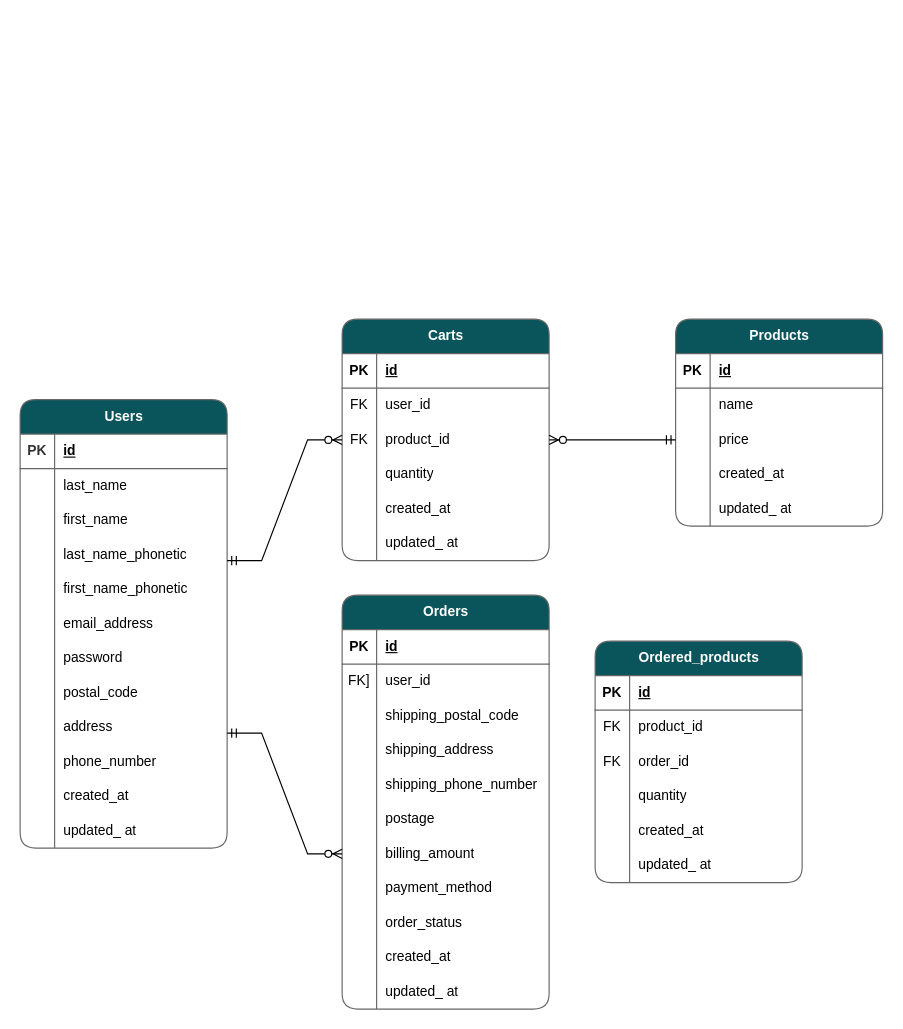
The draw.io diagram Web_Project_ER図.drawio in shirohacha/Web_Project, before the edit. Source tidied: cells renumbered, new cells numbered last; positions are measured from the earlier drawing's top-left corner, leaving out a move shared by most shapes. Both pictures are drawn from the tidied source at 115%, with x=0, y=0 at pixel (20, 319).
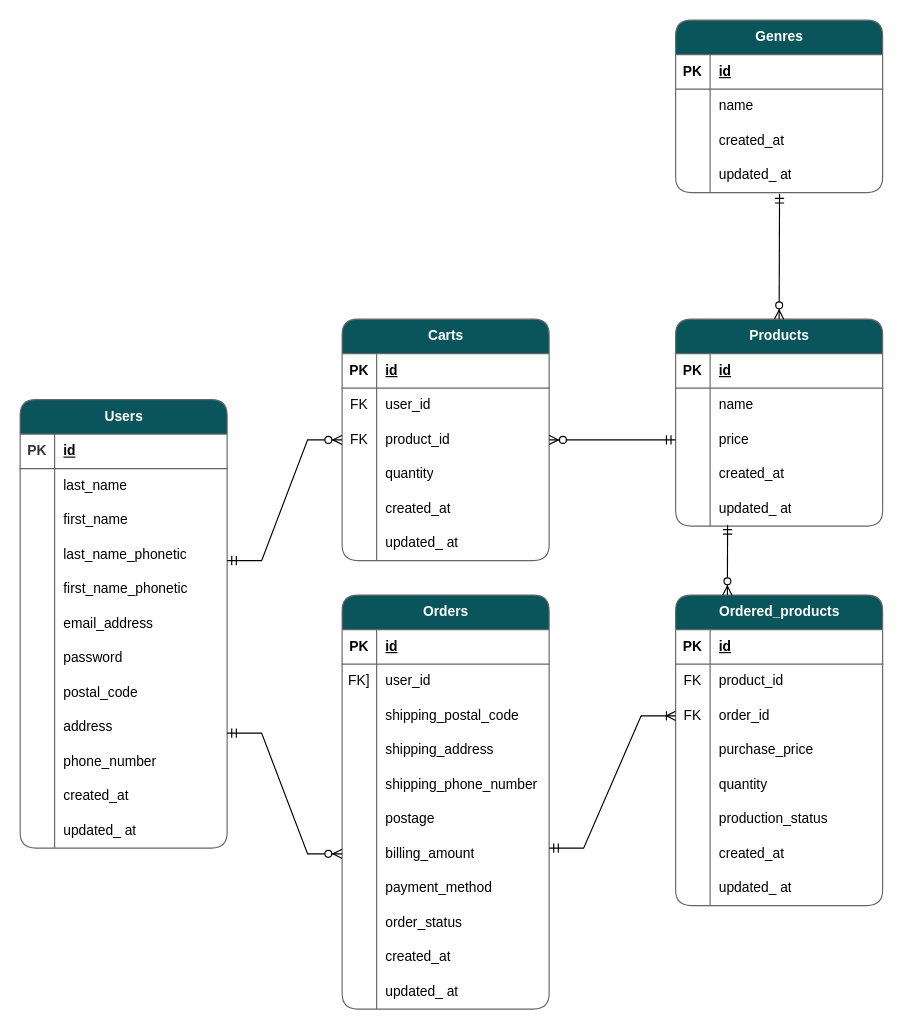
Above is the later version.

Commit message (it also covers changes not shown here):
Web_Project_ER図.drawio を更新します

The change refers to these unchanged cells:
```xml
<mxCell id="39" value="Products" style="shape=table;startSize=30;childLayout=tableLayout;rowLines=0;fontStyle=1;align=center;html=1;rounded=1;swimlaneFillColor=#FFFFFF;labelBackgroundColor=none;fillColor=#09555B;strokeColor=#666666;fontColor=#FFFFFF;" parent="1" vertex="1">
  <mxGeometry x="570" width="180" height="180" as="geometry" />
</mxCell>
<mxCell id="52" style="shape=tableRow;horizontal=0;startSize=0;swimlaneHead=0;swimlaneBody=0;fillColor=none;points=[[0,0.5],[1,0.5]];portConstraint=eastwest;top=0;left=0;right=0;bottom=0;labelBackgroundColor=none;strokeColor=#666666;fontColor=#000000;swimlaneFillColor=#FFFFFF;" parent="39" vertex="1">
  <mxGeometry y="150" width="180" height="30" as="geometry" />
</mxCell>
<mxCell id="118" style="shape=tableRow;horizontal=0;startSize=0;swimlaneHead=0;swimlaneBody=0;fillColor=none;points=[[0,0.5],[1,0.5]];portConstraint=eastwest;top=0;left=0;right=0;bottom=0;labelBackgroundColor=none;strokeColor=#666666;fontColor=#000000;swimlaneFillColor=#FFFFFF;" parent="111" vertex="1">
  <mxGeometry y="90" width="180" height="30" as="geometry" />
</mxCell>
<mxCell id="121" style="shape=tableRow;horizontal=0;startSize=0;swimlaneHead=0;swimlaneBody=0;fillColor=none;top=0;left=0;right=0;bottom=0;labelBackgroundColor=none;strokeColor=#666666;fontColor=#000000;swimlaneFillColor=#FFFFFF;" parent="111" vertex="1">
  <mxGeometry y="120" width="180" height="30" as="geometry" />
</mxCell>
```

Change to the diagram source:
```diff
@@
     <mxCell id="111" value="Ordered_products" style="shape=table;startSize=30;childLayout=tableLayout;rowLines=0;fontStyle=1;align=center;html=1;swimlaneFillColor=#FFFFFF;rounded=1;labelBackgroundColor=none;fillColor=#09555B;strokeColor=#666666;fontColor=#FFFFFF;" parent="1" vertex="1">
-      <mxGeometry x="500" y="280" width="180" height="210" as="geometry" />
+      <mxGeometry x="570" y="240" width="180" height="270" as="geometry" />
     </mxCell>
@@
-    <mxCell id="123" value="quantity" style="shape=partialRectangle;fillColor=none;top=0;left=0;bottom=0;right=0;align=left;spacingLeft=6;overflow=hidden;whiteSpace=wrap;html=1;strokeColor=#666666;labelBackgroundColor=none;fontColor=#000000;swimlaneFillColor=#FFFFFF;strokeWidth=1;" parent="121" vertex="1">
+    <mxCell id="123" value="purchase_price" style="shape=partialRectangle;fillColor=none;top=0;left=0;bottom=0;right=0;align=left;spacingLeft=6;overflow=hidden;whiteSpace=wrap;html=1;strokeColor=#666666;labelBackgroundColor=none;fontColor=#000000;swimlaneFillColor=#FFFFFF;strokeWidth=1;" parent="121" vertex="1">
       <mxGeometry x="30" width="150" height="30" as="geometry" />
     </mxCell>
+    <mxCell id="130" style="shape=tableRow;horizontal=0;startSize=0;swimlaneHead=0;swimlaneBody=0;fillColor=none;top=0;left=0;right=0;bottom=0;labelBackgroundColor=none;strokeColor=#666666;fontColor=#000000;swimlaneFillColor=#FFFFFF;" parent="111" vertex="1">
+      <mxGeometry y="150" width="180" height="30" as="geometry" />
+    </mxCell>
+    <mxCell id="131" style="shape=partialRectangle;fillColor=none;top=0;left=0;bottom=0;right=0;overflow=hidden;whiteSpace=wrap;html=1;labelBackgroundColor=none;strokeColor=#666666;fontColor=#000000;swimlaneFillColor=#FFFFFF;" parent="130" vertex="1">
+      <mxGeometry width="30" height="30" as="geometry" />
+    </mxCell>
+    <mxCell id="132" value="quantity" style="shape=partialRectangle;fillColor=none;top=0;left=0;bottom=0;right=0;align=left;spacingLeft=6;overflow=hidden;whiteSpace=wrap;html=1;strokeColor=#666666;labelBackgroundColor=none;fontColor=#000000;swimlaneFillColor=#FFFFFF;strokeWidth=1;" parent="130" vertex="1">
+      <mxGeometry x="30" width="150" height="30" as="geometry" />
+    </mxCell>
+    <mxCell id="133" style="shape=tableRow;horizontal=0;startSize=0;swimlaneHead=0;swimlaneBody=0;fillColor=none;top=0;left=0;right=0;bottom=0;labelBackgroundColor=none;strokeColor=#666666;fontColor=#000000;swimlaneFillColor=#FFFFFF;" parent="111" vertex="1">
+      <mxGeometry y="180" width="180" height="30" as="geometry" />
+    </mxCell>
+    <mxCell id="134" style="shape=partialRectangle;fillColor=none;top=0;left=0;bottom=0;right=0;overflow=hidden;whiteSpace=wrap;html=1;labelBackgroundColor=none;strokeColor=#666666;fontColor=#000000;swimlaneFillColor=#FFFFFF;" parent="133" vertex="1">
+      <mxGeometry width="30" height="30" as="geometry" />
+    </mxCell>
+    <mxCell id="135" value="production_status" style="shape=partialRectangle;fillColor=none;top=0;left=0;bottom=0;right=0;align=left;spacingLeft=6;overflow=hidden;whiteSpace=wrap;html=1;strokeColor=#666666;labelBackgroundColor=none;fontColor=#000000;swimlaneFillColor=#FFFFFF;strokeWidth=1;" parent="133" vertex="1">
+      <mxGeometry x="30" width="150" height="30" as="geometry" />
+    </mxCell>
     <mxCell id="124" style="shape=tableRow;horizontal=0;startSize=0;swimlaneHead=0;swimlaneBody=0;fillColor=none;top=0;left=0;right=0;bottom=0;labelBackgroundColor=none;strokeColor=#666666;fontColor=#000000;swimlaneFillColor=#FFFFFF;" parent="111" vertex="1">
-      <mxGeometry y="150" width="180" height="30" as="geometry" />
+      <mxGeometry y="210" width="180" height="30" as="geometry" />
     </mxCell>
@@
     <mxCell id="127" style="shape=tableRow;horizontal=0;startSize=0;swimlaneHead=0;swimlaneBody=0;fillColor=none;top=0;left=0;right=0;bottom=0;labelBackgroundColor=none;strokeColor=#666666;fontColor=#000000;swimlaneFillColor=#FFFFFF;" parent="111" vertex="1">
-      <mxGeometry y="180" width="180" height="30" as="geometry" />
+      <mxGeometry y="240" width="180" height="30" as="geometry" />
     </mxCell>
@@
+    <mxCell id="136" style="edgeStyle=entityRelationEdgeStyle;fontSize=12;html=1;endArrow=ERoneToMany;startArrow=ERmandOne;rounded=0;entryX=0;entryY=0.5;entryDx=0;entryDy=0;" parent="1" edge="1" target="118">
+      <mxGeometry relative="1" as="geometry">
+        <mxPoint x="460" y="460" as="sourcePoint" />
+      </mxGeometry>
+    </mxCell>
+    <mxCell id="137" style="fontSize=12;html=1;endArrow=ERzeroToMany;startArrow=ERmandOne;rounded=0;horizontal=0;verticalAlign=middle;entryX=0.25;entryY=0;entryDx=0;entryDy=0;exitX=0.251;exitY=0.967;exitDx=0;exitDy=0;exitPerimeter=0;" parent="1" edge="1" source="52" target="111">
+      <mxGeometry relative="1" as="geometry" />
+    </mxCell>
+    <mxCell id="138" value="Genres" style="shape=table;startSize=30;childLayout=tableLayout;rowLines=0;fontStyle=1;align=center;html=1;rounded=1;swimlaneFillColor=#FFFFFF;labelBackgroundColor=none;fillColor=#09555B;strokeColor=#666666;fontColor=#FFFFFF;" parent="1" vertex="1">
+      <mxGeometry x="570" y="-260" width="180" height="150" as="geometry" />
+    </mxCell>
+    <mxCell id="139" style="shape=tableRow;horizontal=0;startSize=0;swimlaneHead=0;swimlaneBody=0;fillColor=none;top=0;left=0;right=0;bottom=1;labelBackgroundColor=none;strokeColor=#666666;fontColor=#000000;swimlaneFillColor=#FFFFFF;" parent="138" vertex="1">
+      <mxGeometry y="30" width="180" height="30" as="geometry" />
+    </mxCell>
+    <mxCell id="140" value="PK" style="shape=partialRectangle;fillColor=none;top=0;left=0;bottom=0;right=0;fontStyle=1;overflow=hidden;whiteSpace=wrap;html=1;labelBackgroundColor=none;strokeColor=#666666;fontColor=#000000;swimlaneFillColor=#FFFFFF;" parent="139" vertex="1">
+      <mxGeometry width="30" height="30" as="geometry" />
+    </mxCell>
+    <mxCell id="141" value="id" style="shape=partialRectangle;fillColor=none;top=0;left=0;bottom=0;right=0;align=left;spacingLeft=6;fontStyle=5;overflow=hidden;whiteSpace=wrap;html=1;labelBackgroundColor=none;strokeColor=#666666;fontColor=#000000;swimlaneFillColor=#FFFFFF;" parent="139" vertex="1">
+      <mxGeometry x="30" width="150" height="30" as="geometry" />
+    </mxCell>
+    <mxCell id="142" style="shape=tableRow;horizontal=0;startSize=0;swimlaneHead=0;swimlaneBody=0;fillColor=none;top=0;left=0;right=0;bottom=0;labelBackgroundColor=none;strokeColor=#666666;fontColor=#000000;swimlaneFillColor=#FFFFFF;" parent="138" vertex="1">
+      <mxGeometry y="60" width="180" height="30" as="geometry" />
+    </mxCell>
+    <mxCell id="143" style="shape=partialRectangle;fillColor=none;top=0;left=0;bottom=0;right=0;overflow=hidden;whiteSpace=wrap;html=1;labelBackgroundColor=none;strokeColor=#666666;fontColor=#000000;swimlaneFillColor=#FFFFFF;" parent="142" vertex="1">
+      <mxGeometry width="30" height="30" as="geometry" />
+    </mxCell>
+    <mxCell id="144" value="name" style="shape=partialRectangle;fillColor=none;top=0;left=0;bottom=0;right=0;align=left;spacingLeft=6;overflow=hidden;whiteSpace=wrap;html=1;labelBackgroundColor=none;strokeColor=#666666;fontColor=#000000;swimlaneFillColor=#FFFFFF;" parent="142" vertex="1">
+      <mxGeometry x="30" width="150" height="30" as="geometry" />
+    </mxCell>
+    <mxCell id="145" style="shape=tableRow;horizontal=0;startSize=0;swimlaneHead=0;swimlaneBody=0;fillColor=none;top=0;left=0;right=0;bottom=0;labelBackgroundColor=none;strokeColor=#666666;fontColor=#000000;swimlaneFillColor=#FFFFFF;" parent="138" vertex="1">
+      <mxGeometry y="90" width="180" height="30" as="geometry" />
+    </mxCell>
+    <mxCell id="146" style="shape=partialRectangle;fillColor=none;top=0;left=0;bottom=0;right=0;overflow=hidden;whiteSpace=wrap;html=1;labelBackgroundColor=none;strokeColor=#666666;fontColor=#000000;swimlaneFillColor=#FFFFFF;" parent="145" vertex="1">
+      <mxGeometry width="30" height="30" as="geometry" />
+    </mxCell>
+    <mxCell id="147" value="created_at" style="shape=partialRectangle;fillColor=none;top=0;left=0;bottom=0;right=0;align=left;spacingLeft=6;overflow=hidden;whiteSpace=wrap;html=1;labelBackgroundColor=none;strokeColor=#666666;fontColor=#000000;swimlaneFillColor=#FFFFFF;" parent="145" vertex="1">
+      <mxGeometry x="30" width="150" height="30" as="geometry" />
+    </mxCell>
+    <mxCell id="148" style="shape=tableRow;horizontal=0;startSize=0;swimlaneHead=0;swimlaneBody=0;fillColor=none;points=[[0,0.5],[1,0.5]];portConstraint=eastwest;top=0;left=0;right=0;bottom=0;labelBackgroundColor=none;strokeColor=#666666;fontColor=#000000;swimlaneFillColor=#FFFFFF;" parent="138" vertex="1">
+      <mxGeometry y="120" width="180" height="30" as="geometry" />
+    </mxCell>
+    <mxCell id="149" style="shape=partialRectangle;fillColor=none;top=0;left=0;bottom=0;right=0;overflow=hidden;whiteSpace=wrap;html=1;labelBackgroundColor=none;strokeColor=#666666;fontColor=#000000;swimlaneFillColor=#FFFFFF;" parent="148" vertex="1">
+      <mxGeometry width="30" height="30" as="geometry" />
+    </mxCell>
+    <mxCell id="150" value="updated_ at" style="shape=partialRectangle;fillColor=none;top=0;left=0;bottom=0;right=0;align=left;spacingLeft=6;overflow=hidden;whiteSpace=wrap;html=1;labelBackgroundColor=none;strokeColor=#666666;fontColor=#000000;swimlaneFillColor=#FFFFFF;" parent="148" vertex="1">
+      <mxGeometry x="30" width="150" height="30" as="geometry" />
+    </mxCell>
+    <mxCell id="151" style="fontSize=12;html=1;endArrow=ERzeroToMany;startArrow=ERmandOne;rounded=0;horizontal=0;verticalAlign=middle;entryX=0.5;entryY=0;entryDx=0;entryDy=0;exitX=0.502;exitY=1.033;exitDx=0;exitDy=0;exitPerimeter=0;" parent="1" edge="1" source="148" target="39">
+      <mxGeometry relative="1" as="geometry" />
+    </mxCell>
```
